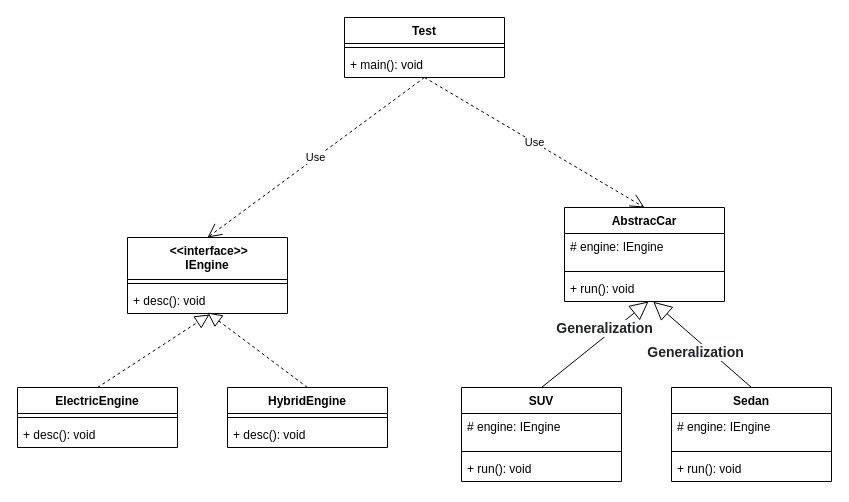
This is design-pattern/src/main/resources/bridge.drawio from Jackson-zhanganbing/spring-test, a draw.io file, before an edit. Source tidied: cells renumbered, new cells numbered last; positions are measured from the earlier drawing's top-left corner, leaving out a move shared by most shapes. Both pictures are drawn from the tidied source at 100%, with x=0, y=0 at pixel (17, 17).
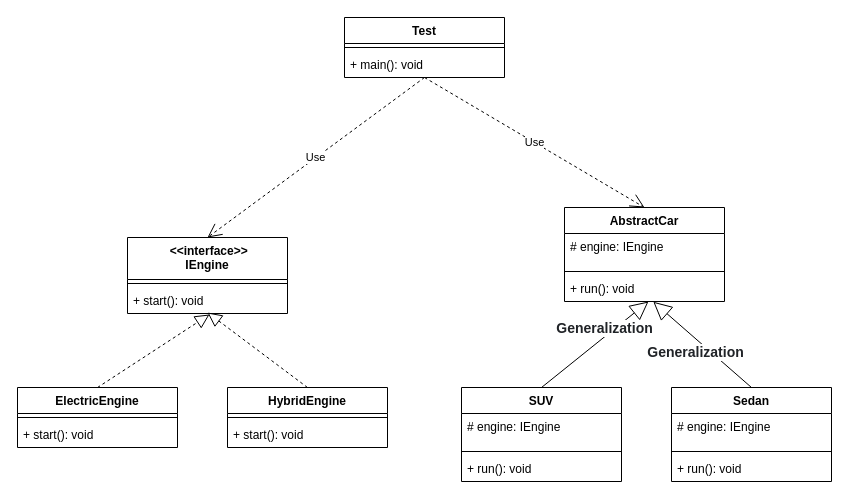
Above is the later version.

Unchanged cells that the change refers to:
```xml
<mxCell id="2" value=" &lt;&lt;interface&gt;&gt;&#10;IEngine" style="swimlane;fontStyle=1;align=center;verticalAlign=top;horizontal=1;startSize=42;" parent="1" vertex="1">
  <mxGeometry x="110" y="220" width="160" height="76" as="geometry" />
</mxCell>
<mxCell id="5" value="ElectricEngine" style="swimlane;fontStyle=1;align=center;verticalAlign=top;horizontal=1;startSize=26;" parent="1" vertex="1">
  <mxGeometry y="370" width="160" height="60" as="geometry" />
</mxCell>
<mxCell id="8" value="HybridEngine" style="swimlane;fontStyle=1;align=center;verticalAlign=top;horizontal=1;startSize=26;" parent="1" vertex="1">
  <mxGeometry x="210" y="370" width="160" height="60" as="geometry" />
</mxCell>
```

Diff of the diagram source:
```diff
@@
-    <mxCell id="4" value="+ desc(): void" style="text;strokeColor=none;fillColor=none;align=left;verticalAlign=top;spacingLeft=4;spacingRight=4;overflow=hidden;points=[[0,0.5],[1,0.5]];portConstraint=eastwest;" parent="2" vertex="1">
+    <mxCell id="4" value="+ start(): void" style="text;strokeColor=none;fillColor=none;align=left;verticalAlign=top;spacingLeft=4;spacingRight=4;overflow=hidden;points=[[0,0.5],[1,0.5]];portConstraint=eastwest;" parent="2" vertex="1">
       <mxGeometry y="50" width="160" height="26" as="geometry" />
     </mxCell>
@@
-    <mxCell id="7" value="+ desc(): void" style="text;strokeColor=none;fillColor=none;align=left;verticalAlign=top;spacingLeft=4;spacingRight=4;overflow=hidden;" parent="5" vertex="1">
+    <mxCell id="7" value="+ start(): void" style="text;strokeColor=none;fillColor=none;align=left;verticalAlign=top;spacingLeft=4;spacingRight=4;overflow=hidden;" parent="5" vertex="1">
       <mxGeometry y="34" width="160" height="26" as="geometry" />
     </mxCell>
@@
-    <mxCell id="10" value="+ desc(): void" style="text;strokeColor=none;fillColor=none;align=left;verticalAlign=top;spacingLeft=4;spacingRight=4;overflow=hidden;" parent="8" vertex="1">
+    <mxCell id="10" value="+ start(): void" style="text;strokeColor=none;fillColor=none;align=left;verticalAlign=top;spacingLeft=4;spacingRight=4;overflow=hidden;" parent="8" vertex="1">
       <mxGeometry y="34" width="160" height="26" as="geometry" />
     </mxCell>
@@
-    <mxCell id="21" value="AbstracCar" style="swimlane;fontStyle=1;align=center;verticalAlign=top;horizontal=1;startSize=26;" parent="1" vertex="1">
+    <mxCell id="21" value="AbstractCar" style="swimlane;fontStyle=1;align=center;verticalAlign=top;horizontal=1;startSize=26;" parent="1" vertex="1">
       <mxGeometry x="547" y="190" width="160" height="94" as="geometry" />
     </mxCell>
```
